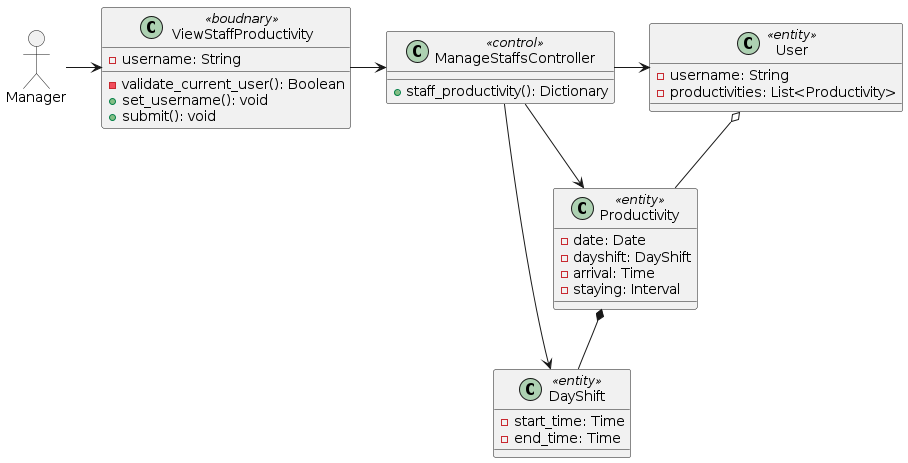
Before: docs/UML/Class Diagrams/view-staff-productivity.png, a diagram exported from PlantUML (LapTQ/MCT). Source of this version:
```plantuml
@startuml

allowmixing

actor Manager

class ViewStaffProductivity <<boudnary>> {
    - username: String

    - validate_current_user(): Boolean
    + set_username(): void
    + submit(): void
}

class ManageStaffsController <<control>> {

    + staff_productivity(): Dictionary
}

class User <<entity>> {
    - username: String
    - productivities: List<Productivity>
}

class Productivity <<entity>> {
    - date: Date
    - dayshift: DayShift
    - arrival: Time
    - staying: Interval
}

class DayShift <<entity>> {
    - start_time: Time
    - end_time: Time
}

Manager -> ViewStaffProductivity
ViewStaffProductivity -right-> ManageStaffsController
ManageStaffsController -right-> User
ManageStaffsController -> Productivity
ManageStaffsController -> DayShift
User o-- Productivity
Productivity *-- DayShift

@enduml
```
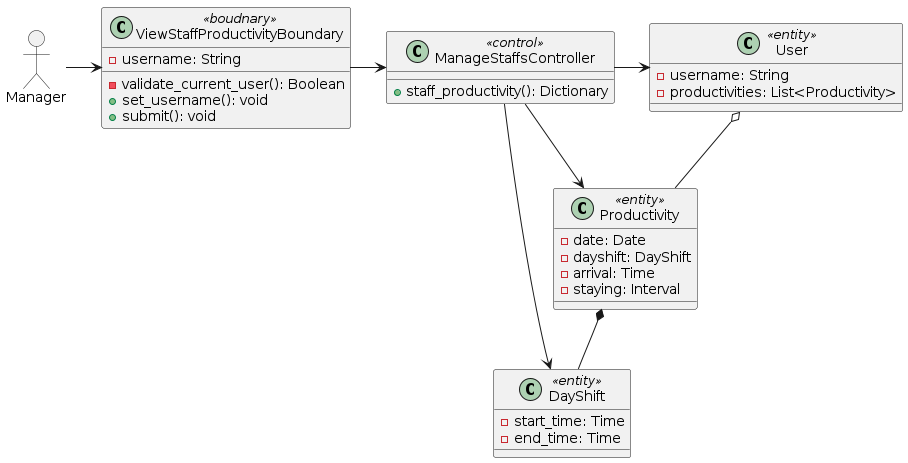
After the change.

Change to the diagram source:
```diff
@@ -4,7 +4,7 @@
 
 actor Manager
 
-class ViewStaffProductivity <<boudnary>> {
+class ViewStaffProductivityBoundary <<boudnary>> {
     - username: String
 
     - validate_current_user(): Boolean
@@ -34,8 +34,8 @@
     - end_time: Time
 }
 
-Manager -> ViewStaffProductivity
-ViewStaffProductivity -right-> ManageStaffsController
+Manager -> ViewStaffProductivityBoundary
+ViewStaffProductivityBoundary -right-> ManageStaffsController
 ManageStaffsController -right-> User
 ManageStaffsController -> Productivity
 ManageStaffsController -> DayShift
```
